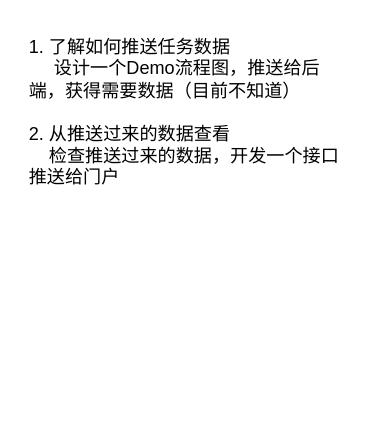
This is 未命名绘图.drawio from hscstudyjava/linklet, a draw.io file, before an edit. Source tidied: cells renumbered, new cells numbered last; positions are measured from the earlier drawing's top-left corner, leaving out a move shared by most shapes. Both pictures are drawn from the tidied source at 151%, with x=0, y=0 at pixel (26, 26).
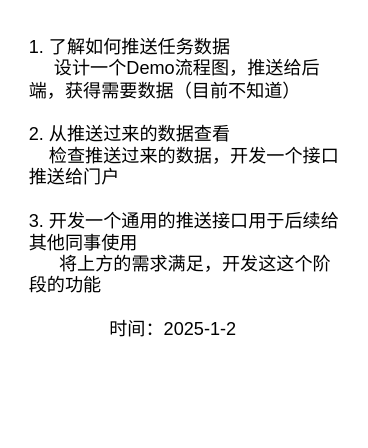
After the change.

Commit message:
已添加 sdsky代办任务流程图.drawio

Change to the diagram source:
```diff
@@
 <mxGraphModel>
   <root>
     <mxCell id="0" />
     <mxCell id="1" parent="0" />
-    <mxCell id="2" value="1. 了解如何推送任务数据&lt;div&gt;&amp;nbsp; &amp;nbsp; &amp;nbsp;设计一个Demo流程图，推送给后端，获得需要数据（目前不知道）&lt;/div&gt;&lt;div&gt;&lt;br&gt;&lt;/div&gt;&lt;div&gt;2. 从推送过来的数据查看&lt;/div&gt;&lt;div&gt;&amp;nbsp; &amp;nbsp; 检查推送过来的数据，开发一个接口推送给门户&lt;/div&gt;&lt;div&gt;&lt;br&gt;&lt;/div&gt;" style="text;html=1;whiteSpace=wrap;overflow=hidden;rounded=0;" parent="1" vertex="1">
+    <mxCell id="2" value="1. 了解如何推送任务数据&lt;div&gt;&amp;nbsp; &amp;nbsp; &amp;nbsp;设计一个Demo流程图，推送给后端，获得需要数据（目前不知道）&lt;/div&gt;&lt;div&gt;&lt;br&gt;&lt;/div&gt;&lt;div&gt;2. 从推送过来的数据查看&lt;/div&gt;&lt;div&gt;&amp;nbsp; &amp;nbsp; 检查推送过来的数据，开发一个接口推送给门户&lt;/div&gt;&lt;div&gt;&lt;br&gt;&lt;/div&gt;&lt;div&gt;3. 开发一个通用的推送接口用于后续给&lt;/div&gt;&lt;div&gt;其他同事使用&lt;/div&gt;&lt;div&gt;&amp;nbsp; &amp;nbsp; &amp;nbsp; 将上方的需求满足，开发这这个阶段的功能&lt;/div&gt;&lt;div&gt;&lt;br&gt;&lt;/div&gt;&lt;div&gt;&lt;span style=&quot;white-space: pre;&quot;&gt;&#9;&lt;/span&gt;&lt;span style=&quot;white-space: pre;&quot;&gt;&#9;&lt;/span&gt;时间：2025-1-2&lt;br&gt;&lt;/div&gt;" style="text;html=1;whiteSpace=wrap;overflow=hidden;rounded=0;" parent="1" vertex="1">
       <mxGeometry width="210" height="260" as="geometry" />
     </mxCell>
   </root>
 </mxGraphModel>
```
